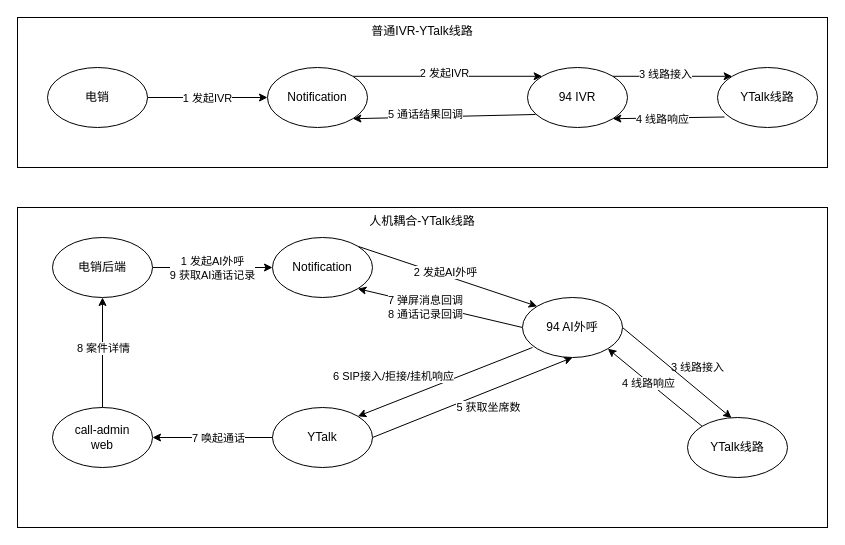
Before: page "普通IVR" (4 of 4) of 人机耦合设计.drawio in ABIN-DS/flowchart, a draw.io diagram. Source tidied: cells renumbered, new cells numbered last; positions are measured from the earlier drawing's top-left corner, leaving out a move shared by most shapes. Both pictures are drawn from the tidied source at 100%, with x=0, y=0 at pixel (17, 17).
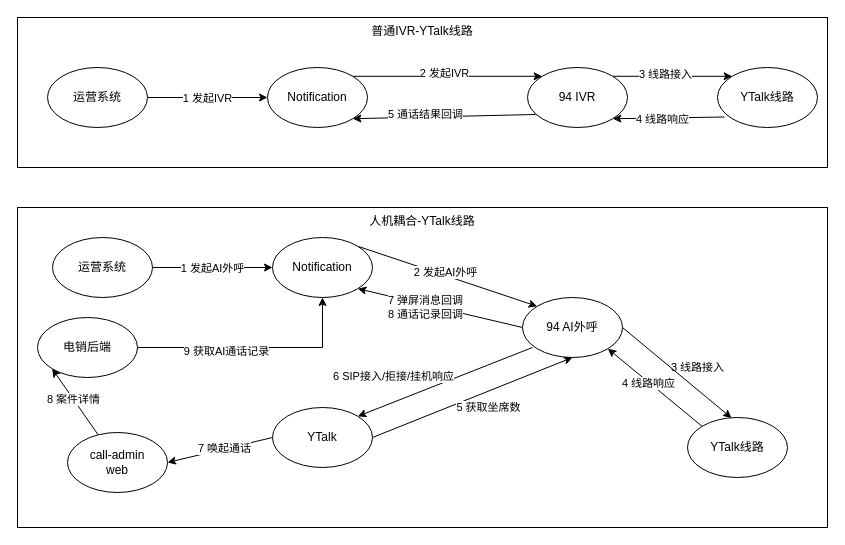
Above is the later version.

Commit message:
更新人机耦合设计.drawio

Unchanged cells that the change refers to:
```xml
<mxCell id="13" style="rounded=0;jettySize=auto;html=1;entryX=0;entryY=0.5;entryDx=0;entryDy=0;" parent="1" edge="1" source="15" target="19">
  <mxGeometry relative="1" as="geometry" />
</mxCell>
<mxCell id="19" value="Notification" style="ellipse;whiteSpace=wrap;html=1;" parent="1" vertex="1">
  <mxGeometry x="255" y="220" width="100" height="60" as="geometry" />
</mxCell>
```

The edit, as a diff of the source:
```diff
@@
-    <mxCell id="6" value="电销" style="ellipse;whiteSpace=wrap;html=1;" parent="1" vertex="1">
+    <mxCell id="6" value="运营系统" style="ellipse;whiteSpace=wrap;html=1;" parent="1" vertex="1">
       <mxGeometry x="30" y="50" width="100" height="60" as="geometry" />
     </mxCell>
@@
-    <mxCell id="14" value="1 发起AI外呼&lt;br&gt;9 获取AI通话记录" style="edgeLabel;html=1;align=center;verticalAlign=middle;" parent="13" vertex="1">
+    <mxCell id="14" value="1 发起AI外呼" style="edgeLabel;html=1;align=center;verticalAlign=middle;" parent="13" vertex="1">
       <mxGeometry x="-0.19" y="3" relative="1" as="geometry">
         <mxPoint x="10" y="3" as="offset" />
       </mxGeometry>
     </mxCell>
-    <mxCell id="15" value="电销后端" style="ellipse;whiteSpace=wrap;html=1;" parent="1" vertex="1">
+    <mxCell id="15" value="运营系统" style="ellipse;whiteSpace=wrap;html=1;" parent="1" vertex="1">
       <mxGeometry x="35" y="220" width="100" height="60" as="geometry" />
     </mxCell>
@@
-    <mxCell id="39" style="edgeStyle=none;rounded=0;jettySize=auto;html=1;entryX=0.5;entryY=1;entryDx=0;entryDy=0;" parent="1" edge="1" source="41" target="15">
+    <mxCell id="39" style="edgeStyle=none;rounded=0;jettySize=auto;html=1;entryX=0;entryY=1;entryDx=0;entryDy=0;" parent="1" edge="1" source="41" target="44">
       <mxGeometry relative="1" as="geometry" />
     </mxCell>
@@
     <mxCell id="41" value="call-admin&lt;div&gt;web&lt;/div&gt;" style="ellipse;whiteSpace=wrap;html=1;" parent="1" vertex="1">
-      <mxGeometry x="35" y="390" width="100" height="60" as="geometry" />
+      <mxGeometry x="50" y="415" width="100" height="60" as="geometry" />
     </mxCell>
+    <mxCell id="42" style="edgeStyle=orthogonalEdgeStyle;rounded=0;jettySize=auto;html=1;entryX=0.5;entryY=1;entryDx=0;entryDy=0;" parent="1" edge="1" source="44" target="19">
+      <mxGeometry relative="1" as="geometry" />
+    </mxCell>
+    <mxCell id="43" value="9 获取AI通话记录" style="edgeLabel;html=1;align=center;verticalAlign=middle;" parent="42" vertex="1">
+      <mxGeometry x="-0.25" y="-3" relative="1" as="geometry" />
+    </mxCell>
+    <mxCell id="44" value="电销后端" style="ellipse;whiteSpace=wrap;html=1;" parent="1" vertex="1">
+      <mxGeometry x="20" y="300" width="100" height="60" as="geometry" />
+    </mxCell>
```
